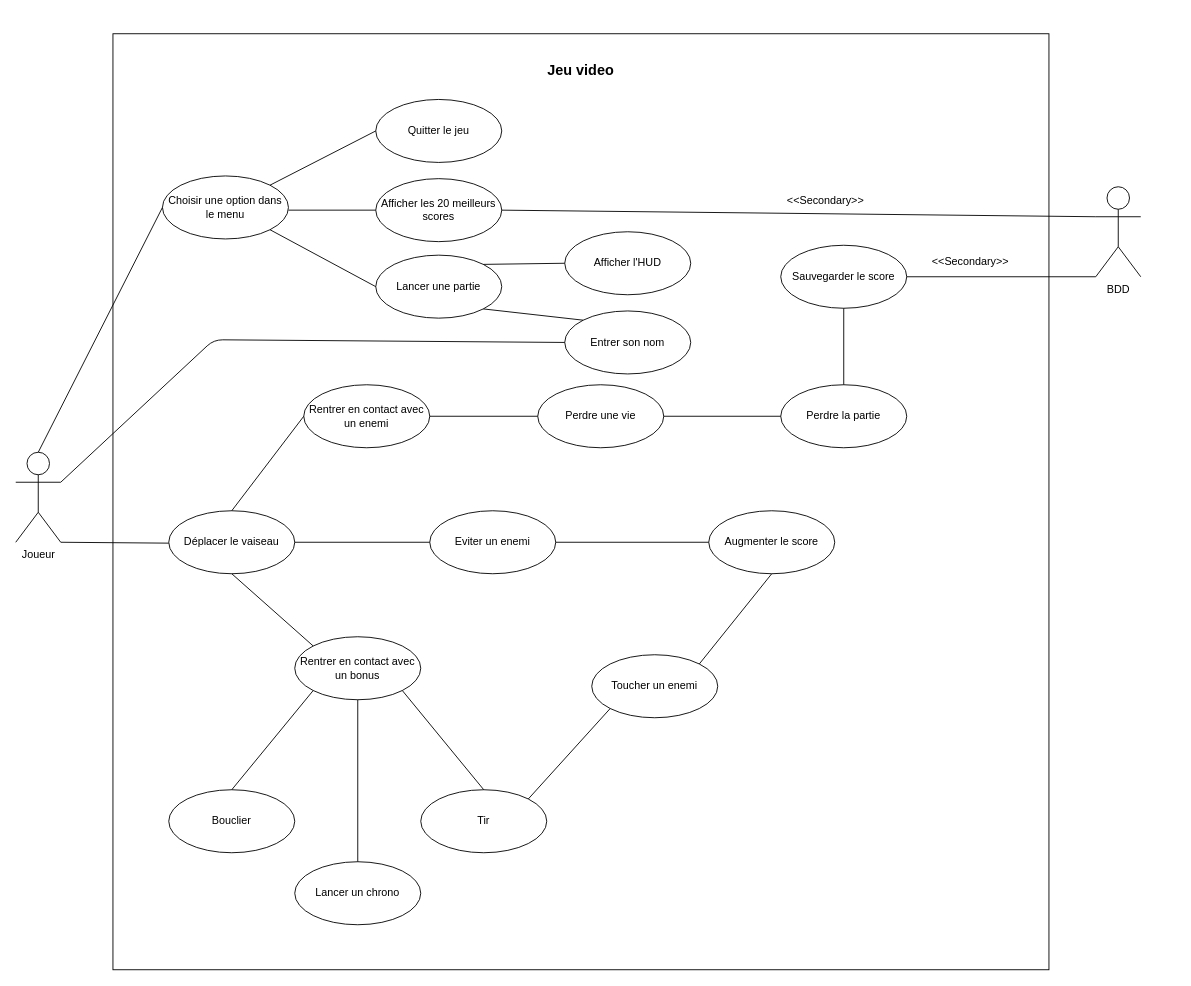
The draw.io diagram documents/UserCase.drawio in PierreCaby/cda-20285-avion-cyberpik, before the edit. Source tidied: cells renumbered, new cells numbered last; positions are measured from the earlier drawing's top-left corner, leaving out a move shared by most shapes. Both pictures are drawn from the tidied source at 90%, with x=0, y=0 at pixel (15, 33).
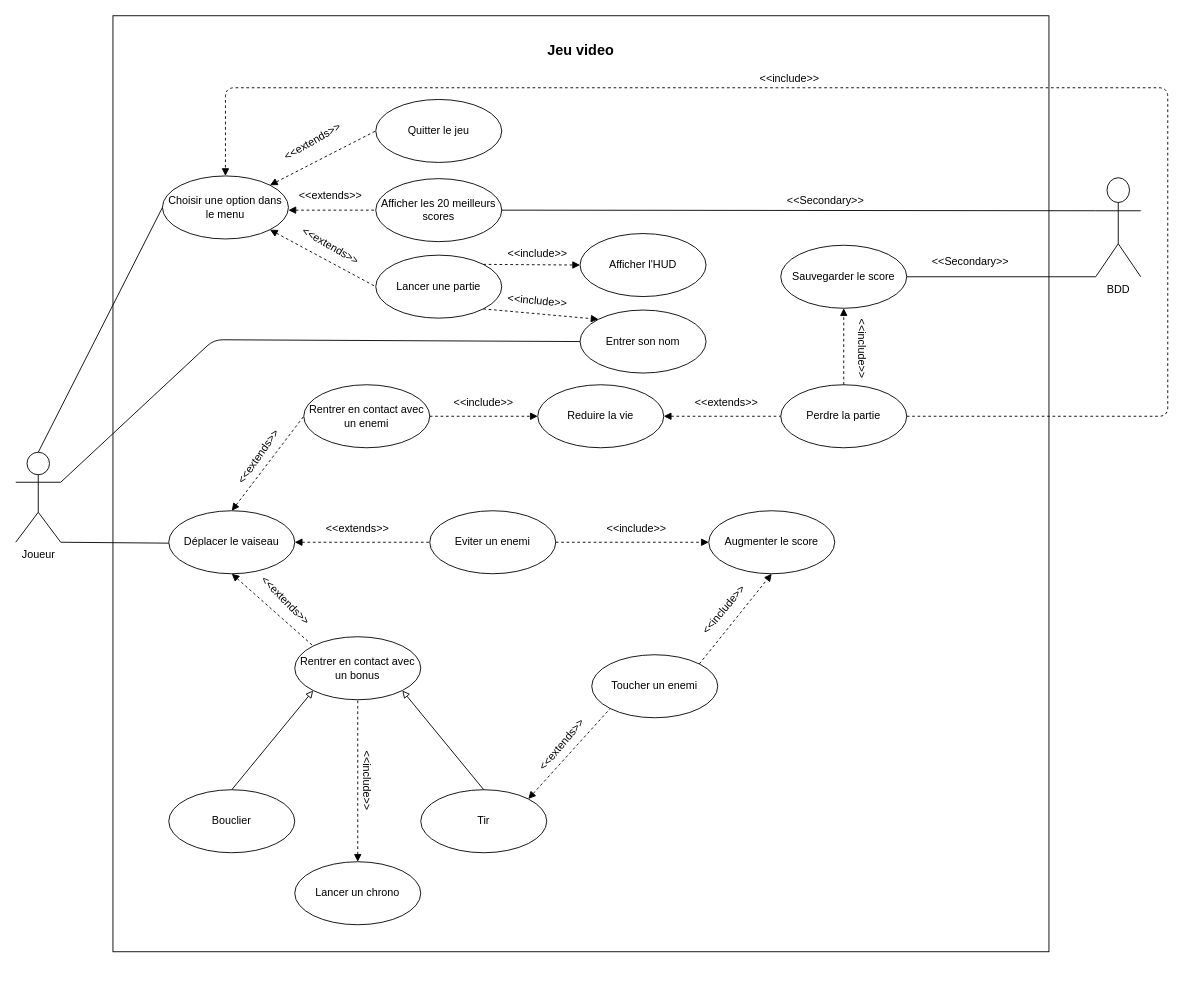
Above is the later version.

Commit message:
Finish the UserCase

The change refers to these unchanged cells:
```xml
<mxCell id="5" value="Rentrer en contact avec un enemi" style="ellipse;whiteSpace=wrap;html=1;" parent="1" vertex="1">
  <mxGeometry x="320" y="390" width="140" height="70" as="geometry" />
</mxCell>
<mxCell id="6" value="Choisir une option dans le menu" style="ellipse;whiteSpace=wrap;html=1;" parent="1" vertex="1">
  <mxGeometry x="163" y="158" width="140" height="70" as="geometry" />
</mxCell>
<mxCell id="7" value="Déplacer le vaiseau" style="ellipse;whiteSpace=wrap;html=1;" parent="1" vertex="1">
  <mxGeometry x="170" y="530" width="140" height="70" as="geometry" />
</mxCell>
<mxCell id="8" value="Eviter un enemi" style="ellipse;whiteSpace=wrap;html=1;" parent="1" vertex="1">
  <mxGeometry x="460" y="530" width="140" height="70" as="geometry" />
</mxCell>
<mxCell id="9" value="Rentrer en contact avec un bonus" style="ellipse;whiteSpace=wrap;html=1;" parent="1" vertex="1">
  <mxGeometry x="310" y="670" width="140" height="70" as="geometry" />
</mxCell>
<mxCell id="10" value="Tir" style="ellipse;whiteSpace=wrap;html=1;" parent="1" vertex="1">
  <mxGeometry x="450" y="840" width="140" height="70" as="geometry" />
</mxCell>
<mxCell id="11" value="Bouclier" style="ellipse;whiteSpace=wrap;html=1;" parent="1" vertex="1">
  <mxGeometry x="170" y="840" width="140" height="70" as="geometry" />
</mxCell>
<mxCell id="12" value="Lancer un chrono" style="ellipse;whiteSpace=wrap;html=1;" parent="1" vertex="1">
  <mxGeometry x="310" y="920" width="140" height="70" as="geometry" />
</mxCell>
<mxCell id="13" value="Toucher un enemi" style="ellipse;whiteSpace=wrap;html=1;" parent="1" vertex="1">
  <mxGeometry x="640" y="690" width="140" height="70" as="geometry" />
</mxCell>
<mxCell id="14" value="Augmenter le score" style="ellipse;whiteSpace=wrap;html=1;" parent="1" vertex="1">
  <mxGeometry x="770" y="530" width="140" height="70" as="geometry" />
</mxCell>
<mxCell id="17" value="Perdre la partie" style="ellipse;whiteSpace=wrap;html=1;" parent="1" vertex="1">
  <mxGeometry x="850" y="390" width="140" height="70" as="geometry" />
</mxCell>
<mxCell id="18" value="Afficher les&amp;nbsp;20 meilleurs scores" style="ellipse;whiteSpace=wrap;html=1;" parent="1" vertex="1">
  <mxGeometry x="400" y="161" width="140" height="70" as="geometry" />
</mxCell>
<mxCell id="19" value="Quitter le jeu" style="ellipse;whiteSpace=wrap;html=1;" parent="1" vertex="1">
  <mxGeometry x="400" y="73" width="140" height="70" as="geometry" />
</mxCell>
<mxCell id="20" value="Lancer une partie" style="ellipse;whiteSpace=wrap;html=1;" parent="1" vertex="1">
  <mxGeometry x="400" y="246" width="140" height="70" as="geometry" />
</mxCell>
<mxCell id="21" value="Sauvegarder le score" style="ellipse;whiteSpace=wrap;html=1;" parent="1" vertex="1">
  <mxGeometry x="850" y="235" width="140" height="70" as="geometry" />
</mxCell>
```

What changed in the source:
```diff
@@
     <mxCell id="2" style="whiteSpace=wrap;html=1;" parent="1" vertex="1">
-      <mxGeometry x="108" width="1040" height="1040" as="geometry" />
+      <mxGeometry x="108" y="-20" width="1040" height="1040" as="geometry" />
     </mxCell>
     <mxCell id="3" value="&lt;font style=&quot;font-size: 16px&quot;&gt;&lt;b&gt;Jeu video&lt;/b&gt;&lt;/font&gt;" style="text;html=1;strokeColor=none;fillColor=none;align=center;verticalAlign=middle;whiteSpace=wrap;rounded=0;" parent="1" vertex="1">
-      <mxGeometry x="573" y="20" width="110" height="40" as="geometry" />
+      <mxGeometry x="573" y="-2" width="110" height="40" as="geometry" />
     </mxCell>
     <mxCell id="4" value="BDD" style="shape=umlActor;verticalLabelPosition=bottom;verticalAlign=top;html=1;outlineConnect=0;" parent="1" vertex="1">
-      <mxGeometry x="1200" y="170" width="50" height="100" as="geometry" />
+      <mxGeometry x="1200" y="160" width="50" height="110" as="geometry" />
     </mxCell>
@@
     <mxCell id="15" value="Afficher l'HUD" style="ellipse;whiteSpace=wrap;html=1;" parent="1" vertex="1">
-      <mxGeometry x="610" y="220" width="140" height="70" as="geometry" />
+      <mxGeometry x="627" y="222" width="140" height="70" as="geometry" />
     </mxCell>
-    <mxCell id="16" value="Perdre une vie" style="ellipse;whiteSpace=wrap;html=1;" parent="1" vertex="1">
+    <mxCell id="16" value="Reduire la vie" style="ellipse;whiteSpace=wrap;html=1;" parent="1" vertex="1">
       <mxGeometry x="580" y="390" width="140" height="70" as="geometry" />
     </mxCell>
@@
     <mxCell id="22" value="Entrer son nom" style="ellipse;whiteSpace=wrap;html=1;" parent="1" vertex="1">
-      <mxGeometry x="610" y="308" width="140" height="70" as="geometry" />
+      <mxGeometry x="627" y="307" width="140" height="70" as="geometry" />
     </mxCell>
@@
-    <mxCell id="25" style="endArrow=none;html=1;exitX=1;exitY=0;exitDx=0;exitDy=0;entryX=0;entryY=0.5;entryDx=0;entryDy=0;" parent="1" edge="1" source="6" target="19">
+    <mxCell id="25" style="endArrow=none;html=1;exitX=1;exitY=0;exitDx=0;exitDy=0;entryX=0;entryY=0.5;entryDx=0;entryDy=0;startArrow=block;startFill=1;dashed=1;" parent="1" edge="1" source="6" target="19">
       <mxGeometry relative="1" as="geometry" />
     </mxCell>
-    <mxCell id="26" style="endArrow=none;html=1;exitX=1;exitY=1;exitDx=0;exitDy=0;entryX=0;entryY=0.5;entryDx=0;entryDy=0;" parent="1" edge="1" source="6" target="20">
+    <mxCell id="26" style="endArrow=none;html=1;exitX=1;exitY=1;exitDx=0;exitDy=0;entryX=0;entryY=0.5;entryDx=0;entryDy=0;startArrow=block;startFill=1;dashed=1;" parent="1" edge="1" source="6" target="20">
       <mxGeometry relative="1" as="geometry" />
     </mxCell>
-    <mxCell id="27" style="endArrow=none;html=1;entryX=0;entryY=0.5;entryDx=0;entryDy=0;" parent="1" edge="1" target="18">
+    <mxCell id="27" style="endArrow=none;html=1;entryX=0;entryY=0.5;entryDx=0;entryDy=0;startArrow=block;startFill=1;dashed=1;" parent="1" edge="1" target="18">
       <mxGeometry relative="1" as="geometry">
         <mxPoint x="303" y="196" as="sourcePoint" />
       </mxGeometry>
     </mxCell>
-    <mxCell id="28" style="endArrow=none;html=1;exitX=1;exitY=0;exitDx=0;exitDy=0;entryX=0;entryY=0.5;entryDx=0;entryDy=0;" parent="1" edge="1" source="20" target="15">
+    <mxCell id="28" style="endArrow=block;html=1;exitX=1;exitY=0;exitDx=0;exitDy=0;entryX=0;entryY=0.5;entryDx=0;entryDy=0;startArrow=none;startFill=0;endFill=1;dashed=1;" parent="1" edge="1" source="20" target="15">
       <mxGeometry relative="1" as="geometry" />
     </mxCell>
-    <mxCell id="29" style="endArrow=none;html=1;entryX=0;entryY=0;entryDx=0;entryDy=0;exitX=1;exitY=1;exitDx=0;exitDy=0;" parent="1" edge="1" source="20" target="22">
+    <mxCell id="29" style="endArrow=block;html=1;entryX=0;entryY=0;entryDx=0;entryDy=0;exitX=1;exitY=1;exitDx=0;exitDy=0;dashed=1;endFill=1;" parent="1" edge="1" source="20" target="22">
       <mxGeometry relative="1" as="geometry" />
     </mxCell>
@@
-    <mxCell id="31" style="endArrow=none;html=1;exitX=0.5;exitY=0;exitDx=0;exitDy=0;entryX=0;entryY=0.5;entryDx=0;entryDy=0;" parent="1" edge="1" source="7" target="5">
+    <mxCell id="31" style="endArrow=none;html=1;exitX=0.5;exitY=0;exitDx=0;exitDy=0;entryX=0;entryY=0.5;entryDx=0;entryDy=0;startArrow=block;startFill=1;dashed=1;" parent="1" edge="1" source="7" target="5">
       <mxGeometry relative="1" as="geometry" />
     </mxCell>
-    <mxCell id="32" style="endArrow=none;html=1;exitX=0.5;exitY=1;exitDx=0;exitDy=0;entryX=0;entryY=0;entryDx=0;entryDy=0;" parent="1" edge="1" source="7" target="9">
+    <mxCell id="32" style="endArrow=none;html=1;exitX=0.5;exitY=1;exitDx=0;exitDy=0;entryX=0;entryY=0;entryDx=0;entryDy=0;startArrow=block;startFill=1;dashed=1;" parent="1" edge="1" source="7" target="9">
       <mxGeometry relative="1" as="geometry" />
     </mxCell>
-    <mxCell id="33" style="endArrow=none;html=1;exitX=0.5;exitY=0;exitDx=0;exitDy=0;entryX=0;entryY=1;entryDx=0;entryDy=0;" parent="1" edge="1" source="11" target="9">
+    <mxCell id="33" style="endArrow=block;html=1;exitX=0.5;exitY=0;exitDx=0;exitDy=0;entryX=0;entryY=1;entryDx=0;entryDy=0;endFill=0;" parent="1" edge="1" source="11" target="9">
       <mxGeometry relative="1" as="geometry" />
     </mxCell>
-    <mxCell id="34" style="endArrow=none;html=1;exitX=0.5;exitY=0;exitDx=0;exitDy=0;entryX=0.5;entryY=1;entryDx=0;entryDy=0;" parent="1" edge="1" source="12" target="9">
+    <mxCell id="34" style="endArrow=none;html=1;exitX=0.5;exitY=0;exitDx=0;exitDy=0;entryX=0.5;entryY=1;entryDx=0;entryDy=0;endFill=0;startArrow=block;startFill=1;dashed=1;" parent="1" edge="1" source="12" target="9">
       <mxGeometry relative="1" as="geometry" />
     </mxCell>
-    <mxCell id="35" style="endArrow=none;html=1;exitX=1;exitY=1;exitDx=0;exitDy=0;entryX=0.5;entryY=0;entryDx=0;entryDy=0;" parent="1" edge="1" source="9" target="10">
+    <mxCell id="35" style="endArrow=none;html=1;exitX=1;exitY=1;exitDx=0;exitDy=0;entryX=0.5;entryY=0;entryDx=0;entryDy=0;startArrow=block;startFill=0;" parent="1" edge="1" source="9" target="10">
       <mxGeometry relative="1" as="geometry" />
     </mxCell>
-    <mxCell id="36" style="endArrow=none;html=1;exitX=1;exitY=0.5;exitDx=0;exitDy=0;entryX=0;entryY=0.5;entryDx=0;entryDy=0;" parent="1" edge="1" source="7" target="8">
+    <mxCell id="36" style="endArrow=none;html=1;exitX=1;exitY=0.5;exitDx=0;exitDy=0;entryX=0;entryY=0.5;entryDx=0;entryDy=0;startArrow=block;startFill=1;dashed=1;" parent="1" edge="1" source="7" target="8">
       <mxGeometry relative="1" as="geometry" />
     </mxCell>
-    <mxCell id="37" style="endArrow=none;html=1;exitX=1;exitY=0.5;exitDx=0;exitDy=0;entryX=0;entryY=0.5;entryDx=0;entryDy=0;" parent="1" edge="1" source="8" target="14">
+    <mxCell id="37" style="endArrow=block;html=1;exitX=1;exitY=0.5;exitDx=0;exitDy=0;entryX=0;entryY=0.5;entryDx=0;entryDy=0;dashed=1;endFill=1;" parent="1" edge="1" source="8" target="14">
       <mxGeometry relative="1" as="geometry" />
     </mxCell>
-    <mxCell id="38" style="endArrow=none;html=1;exitX=1;exitY=0.5;exitDx=0;exitDy=0;entryX=0;entryY=0.5;entryDx=0;entryDy=0;" parent="1" edge="1" source="5" target="16">
+    <mxCell id="38" style="endArrow=block;html=1;exitX=1;exitY=0.5;exitDx=0;exitDy=0;entryX=0;entryY=0.5;entryDx=0;entryDy=0;dashed=1;endFill=1;" parent="1" edge="1" source="5" target="16">
       <mxGeometry relative="1" as="geometry" />
     </mxCell>
-    <mxCell id="39" style="endArrow=none;html=1;exitX=1;exitY=0.5;exitDx=0;exitDy=0;entryX=0;entryY=0.5;entryDx=0;entryDy=0;" parent="1" edge="1" source="16" target="17">
+    <mxCell id="39" style="endArrow=none;html=1;exitX=1;exitY=0.5;exitDx=0;exitDy=0;entryX=0;entryY=0.5;entryDx=0;entryDy=0;startArrow=block;startFill=1;dashed=1;" parent="1" edge="1" source="16" target="17">
       <mxGeometry relative="1" as="geometry" />
     </mxCell>
-    <mxCell id="40" style="endArrow=none;html=1;exitX=1;exitY=0;exitDx=0;exitDy=0;entryX=0;entryY=1;entryDx=0;entryDy=0;" parent="1" edge="1" source="10" target="13">
+    <mxCell id="40" style="endArrow=none;html=1;exitX=1;exitY=0;exitDx=0;exitDy=0;entryX=0;entryY=1;entryDx=0;entryDy=0;startArrow=block;startFill=1;dashed=1;" parent="1" edge="1" source="10" target="13">
       <mxGeometry relative="1" as="geometry" />
     </mxCell>
-    <mxCell id="41" style="endArrow=none;html=1;exitX=1;exitY=0;exitDx=0;exitDy=0;entryX=0.5;entryY=1;entryDx=0;entryDy=0;" parent="1" edge="1" source="13" target="14">
+    <mxCell id="41" style="endArrow=block;html=1;exitX=1;exitY=0;exitDx=0;exitDy=0;entryX=0.5;entryY=1;entryDx=0;entryDy=0;dashed=1;endFill=1;" parent="1" edge="1" source="13" target="14">
       <mxGeometry relative="1" as="geometry" />
     </mxCell>
@@
-    <mxCell id="43" style="endArrow=none;html=1;exitX=0.5;exitY=0;exitDx=0;exitDy=0;entryX=0.5;entryY=1;entryDx=0;entryDy=0;" parent="1" edge="1" source="17" target="21">
+    <mxCell id="43" style="endArrow=block;html=1;exitX=0.5;exitY=0;exitDx=0;exitDy=0;entryX=0.5;entryY=1;entryDx=0;entryDy=0;dashed=1;startArrow=none;startFill=0;endFill=1;" parent="1" edge="1" source="17" target="21">
       <mxGeometry relative="1" as="geometry" />
     </mxCell>
@@
+    <mxCell id="48" value="&amp;lt;&amp;lt;include&amp;gt;&amp;gt;" style="text;html=1;strokeColor=none;fillColor=none;align=center;verticalAlign=middle;whiteSpace=wrap;rounded=0;" parent="1" vertex="1">
+      <mxGeometry x="560" y="235" width="40" height="20" as="geometry" />
+    </mxCell>
+    <mxCell id="49" value="&amp;lt;&amp;lt;include&amp;gt;&amp;gt;" style="text;html=1;strokeColor=none;fillColor=none;align=center;verticalAlign=middle;whiteSpace=wrap;rounded=0;rotation=5;" parent="1" vertex="1">
+      <mxGeometry x="560" y="287" width="40" height="20" as="geometry" />
+    </mxCell>
+    <mxCell id="50" value="&amp;lt;&amp;lt;include&amp;gt;&amp;gt;" style="text;html=1;strokeColor=none;fillColor=none;align=center;verticalAlign=middle;whiteSpace=wrap;rounded=0;rotation=90;" parent="1" vertex="1">
+      <mxGeometry x="370" y="820" width="40" height="20" as="geometry" />
+    </mxCell>
+    <mxCell id="51" value="&amp;lt;&amp;lt;include&amp;gt;&amp;gt;" style="text;html=1;strokeColor=none;fillColor=none;align=center;verticalAlign=middle;whiteSpace=wrap;rounded=0;rotation=90;" parent="1" vertex="1">
+      <mxGeometry x="920" y="340" width="40" height="20" as="geometry" />
+    </mxCell>
+    <mxCell id="52" value="&amp;lt;&amp;lt;extends&amp;gt;&amp;gt;" style="text;html=1;strokeColor=none;fillColor=none;align=center;verticalAlign=middle;whiteSpace=wrap;rounded=0;rotation=-50;" parent="1" vertex="1">
+      <mxGeometry x="587" y="780" width="40" height="20" as="geometry" />
+    </mxCell>
+    <mxCell id="53" value="&amp;lt;&amp;lt;include&amp;gt;&amp;gt;" style="text;html=1;strokeColor=none;fillColor=none;align=center;verticalAlign=middle;whiteSpace=wrap;rounded=0;rotation=-50;" parent="1" vertex="1">
+      <mxGeometry x="767" y="630" width="40" height="20" as="geometry" />
+    </mxCell>
+    <mxCell id="54" value="&amp;lt;&amp;lt;include&amp;gt;&amp;gt;" style="text;html=1;strokeColor=none;fillColor=none;align=center;verticalAlign=middle;whiteSpace=wrap;rounded=0;rotation=0;" parent="1" vertex="1">
+      <mxGeometry x="670" y="540" width="40" height="20" as="geometry" />
+    </mxCell>
+    <mxCell id="55" value="&amp;lt;&amp;lt;extends&amp;gt;&amp;gt;" style="text;html=1;strokeColor=none;fillColor=none;align=center;verticalAlign=middle;whiteSpace=wrap;rounded=0;rotation=-55;" parent="1" vertex="1">
+      <mxGeometry x="250" y="460" width="40" height="20" as="geometry" />
+    </mxCell>
+    <mxCell id="56" value="&amp;lt;&amp;lt;extends&amp;gt;&amp;gt;" style="text;html=1;strokeColor=none;fillColor=none;align=center;verticalAlign=middle;whiteSpace=wrap;rounded=0;rotation=45;" parent="1" vertex="1">
+      <mxGeometry x="280" y="620" width="40" height="20" as="geometry" />
+    </mxCell>
+    <mxCell id="57" value="&amp;lt;&amp;lt;extends&amp;gt;&amp;gt;" style="text;html=1;strokeColor=none;fillColor=none;align=center;verticalAlign=middle;whiteSpace=wrap;rounded=0;rotation=0;" parent="1" vertex="1">
+      <mxGeometry x="360" y="540" width="40" height="20" as="geometry" />
+    </mxCell>
+    <mxCell id="58" value="&amp;lt;&amp;lt;include&amp;gt;&amp;gt;" style="text;html=1;strokeColor=none;fillColor=none;align=center;verticalAlign=middle;whiteSpace=wrap;rounded=0;rotation=0;" parent="1" vertex="1">
+      <mxGeometry x="500" y="400" width="40" height="20" as="geometry" />
+    </mxCell>
+    <mxCell id="59" value="&amp;lt;&amp;lt;extends&amp;gt;&amp;gt;" style="text;html=1;strokeColor=none;fillColor=none;align=center;verticalAlign=middle;whiteSpace=wrap;rounded=0;rotation=0;" parent="1" vertex="1">
+      <mxGeometry x="770" y="400" width="40" height="20" as="geometry" />
+    </mxCell>
+    <mxCell id="60" value="&amp;lt;&amp;lt;extends&amp;gt;&amp;gt;" style="text;html=1;strokeColor=none;fillColor=none;align=center;verticalAlign=middle;whiteSpace=wrap;rounded=0;rotation=30;" parent="1" vertex="1">
+      <mxGeometry x="330" y="226" width="40" height="20" as="geometry" />
+    </mxCell>
+    <mxCell id="61" value="&amp;lt;&amp;lt;extends&amp;gt;&amp;gt;" style="text;html=1;strokeColor=none;fillColor=none;align=center;verticalAlign=middle;whiteSpace=wrap;rounded=0;rotation=0;" parent="1" vertex="1">
+      <mxGeometry x="330" y="170" width="40" height="20" as="geometry" />
+    </mxCell>
+    <mxCell id="62" value="&amp;lt;&amp;lt;extends&amp;gt;&amp;gt;" style="text;html=1;strokeColor=none;fillColor=none;align=center;verticalAlign=middle;whiteSpace=wrap;rounded=0;rotation=-30;" parent="1" vertex="1">
+      <mxGeometry x="310" y="110" width="40" height="20" as="geometry" />
+    </mxCell>
+    <mxCell id="63" style="endArrow=block;html=1;dashed=1;fontColor=#000000;entryX=0.5;entryY=0;entryDx=0;entryDy=0;exitX=1;exitY=0.5;exitDx=0;exitDy=0;endFill=1;" parent="1" edge="1" source="17" target="6">
+      <mxGeometry relative="1" as="geometry">
+        <Array as="points">
+          <mxPoint x="1280" y="425" />
+          <mxPoint x="1280" y="60" />
+          <mxPoint x="233" y="60" />
+        </Array>
+      </mxGeometry>
+    </mxCell>
+    <mxCell id="64" value="&amp;lt;&amp;lt;include&amp;gt;&amp;gt;" style="text;html=1;strokeColor=none;fillColor=none;align=center;verticalAlign=middle;whiteSpace=wrap;rounded=0;rotation=0;" parent="1" vertex="1">
+      <mxGeometry x="840" y="40" width="40" height="20" as="geometry" />
+    </mxCell>
```
